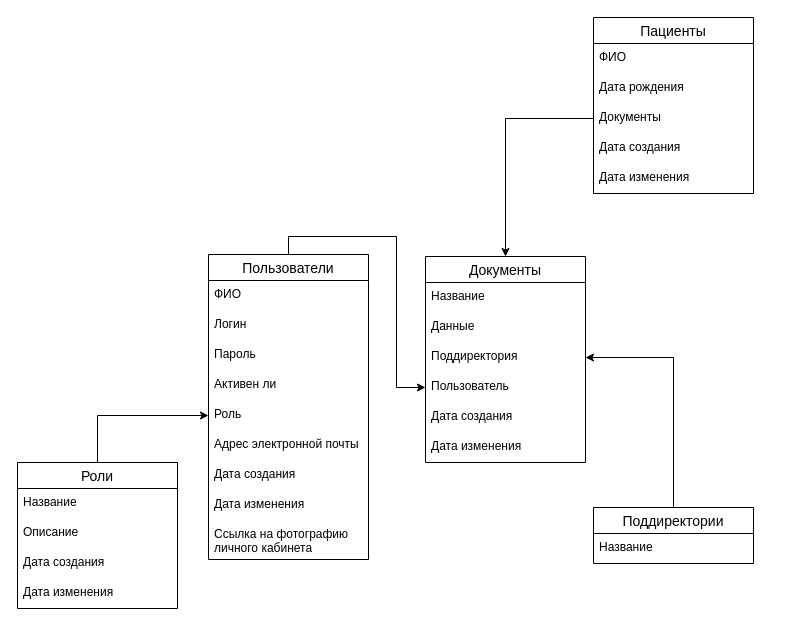
Earlier version of the draw.io diagram drawio/logical_scheme.drawio (slsforme/prirodaRazumaSoftwareSystem). Source tidied: cells renumbered, new cells numbered last; positions are measured from the earlier drawing's top-left corner, leaving out a move shared by most shapes. Both pictures are drawn from the tidied source at 100%, with x=0, y=0 at pixel (17, 17).
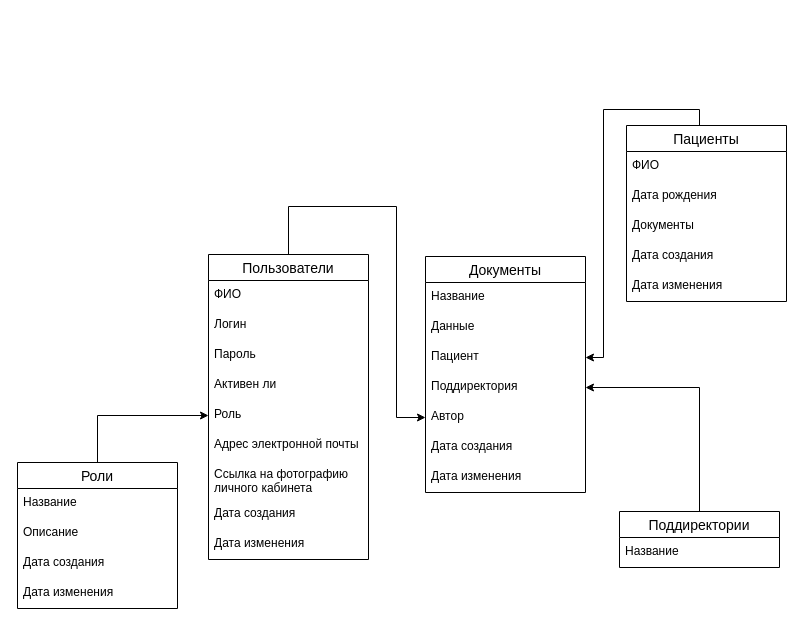
Above is the later version.

Commit message:
Изменена логическая схема в соответствии с физической схемой

Unchanged cells that the change refers to:
```xml
<mxCell id="3" value="Пользователи" style="swimlane;fontStyle=0;horizontal=1;startSize=26;align=center;fontSize=14;" parent="1" vertex="1">
  <mxGeometry x="191" y="237" width="160" height="305" as="geometry" />
</mxCell>
<mxCell id="22" value="Документы" style="text;strokeColor=none;fillColor=none;spacingLeft=4;spacingRight=4;overflow=hidden;points=[[0,0.5],[1,0.5]];portConstraint=eastwest;fontSize=12;whiteSpace=wrap;html=1;" parent="19" vertex="1">
  <mxGeometry y="86" width="160" height="30" as="geometry" />
</mxCell>
```

Diff of the diagram source:
```diff
@@
-    <mxCell id="2" style="edgeStyle=orthogonalEdgeStyle;rounded=0;jettySize=auto;html=1;" parent="1" edge="1" source="3" target="29">
+    <mxCell id="2" style="edgeStyle=orthogonalEdgeStyle;rounded=0;jettySize=auto;html=1;entryX=0;entryY=0.5;entryDx=0;entryDy=0;" parent="1" edge="1" source="3" target="29">
       <mxGeometry relative="1" as="geometry">
         <Array as="points">
-          <mxPoint x="271" y="219" />
-          <mxPoint x="379" y="219" />
-          <mxPoint x="379" y="370" />
+          <mxPoint x="271" y="189" />
+          <mxPoint x="379" y="189" />
+          <mxPoint x="379" y="400" />
         </Array>
       </mxGeometry>
     </mxCell>
@@
+    <mxCell id="12" value="Ссылка на фотографию личного кабинета" style="text;strokeColor=none;fillColor=none;spacingLeft=4;spacingRight=4;overflow=hidden;fontSize=12;whiteSpace=wrap;html=1;" parent="3" vertex="1">
+      <mxGeometry y="206" width="160" height="39" as="geometry" />
+    </mxCell>
     <mxCell id="10" value="Дата создания" style="text;strokeColor=none;fillColor=none;spacingLeft=4;spacingRight=4;overflow=hidden;fontSize=12;whiteSpace=wrap;html=1;" parent="3" vertex="1">
-      <mxGeometry y="206" width="160" height="30" as="geometry" />
+      <mxGeometry y="245" width="160" height="30" as="geometry" />
     </mxCell>
     <mxCell id="11" value="Дата изменения" style="text;strokeColor=none;fillColor=none;spacingLeft=4;spacingRight=4;overflow=hidden;fontSize=12;whiteSpace=wrap;html=1;" parent="3" vertex="1">
-      <mxGeometry y="236" width="160" height="30" as="geometry" />
+      <mxGeometry y="275" width="160" height="30" as="geometry" />
     </mxCell>
-    <mxCell id="12" value="Ссылка на фотографию личного кабинета" style="text;strokeColor=none;fillColor=none;spacingLeft=4;spacingRight=4;overflow=hidden;fontSize=12;whiteSpace=wrap;html=1;" parent="3" vertex="1">
-      <mxGeometry y="266" width="160" height="39" as="geometry" />
-    </mxCell>
@@
+    <mxCell id="36" style="edgeStyle=orthogonalEdgeStyle;rounded=0;jettySize=auto;html=1;entryX=1;entryY=0.5;entryDx=0;entryDy=0;" parent="1" edge="1" source="19" target="37">
+      <mxGeometry relative="1" as="geometry">
+        <Array as="points">
+          <mxPoint x="682" y="92" />
+          <mxPoint x="586" y="92" />
+          <mxPoint x="586" y="340" />
+        </Array>
+      </mxGeometry>
+    </mxCell>
     <mxCell id="19" value="Пациенты" style="swimlane;fontStyle=0;horizontal=1;startSize=26;align=center;fontSize=14;" parent="1" vertex="1">
-      <mxGeometry x="576" width="160" height="176" as="geometry" />
+      <mxGeometry x="609" y="108" width="160" height="176" as="geometry" />
     </mxCell>
@@
     <mxCell id="25" value="Документы" style="swimlane;fontStyle=0;horizontal=1;startSize=26;align=center;fontSize=14;" parent="1" vertex="1">
-      <mxGeometry x="408" y="239" width="160" height="206" as="geometry" />
+      <mxGeometry x="408" y="239" width="160" height="236" as="geometry" />
     </mxCell>
@@
+    <mxCell id="37" value="Пациент" style="text;strokeColor=none;fillColor=none;spacingLeft=4;spacingRight=4;overflow=hidden;points=[[0,0.5],[1,0.5]];portConstraint=eastwest;fontSize=12;whiteSpace=wrap;html=1;" parent="25" vertex="1">
+      <mxGeometry y="86" width="160" height="30" as="geometry" />
+    </mxCell>
     <mxCell id="28" value="Поддиректория" style="text;strokeColor=none;fillColor=none;spacingLeft=4;spacingRight=4;overflow=hidden;points=[[0,0.5],[1,0.5]];portConstraint=eastwest;fontSize=12;whiteSpace=wrap;html=1;" parent="25" vertex="1">
-      <mxGeometry y="86" width="160" height="30" as="geometry" />
+      <mxGeometry y="116" width="160" height="30" as="geometry" />
     </mxCell>
-    <mxCell id="29" value="Пользователь" style="text;strokeColor=none;fillColor=none;spacingLeft=4;spacingRight=4;overflow=hidden;points=[[0,0.5],[1,0.5]];portConstraint=eastwest;fontSize=12;whiteSpace=wrap;html=1;" parent="25" vertex="1">
-      <mxGeometry y="116" width="160" height="30" as="geometry" />
+    <mxCell id="29" value="Автор" style="text;strokeColor=none;fillColor=none;spacingLeft=4;spacingRight=4;overflow=hidden;points=[[0,0.5],[1,0.5]];portConstraint=eastwest;fontSize=12;whiteSpace=wrap;html=1;" parent="25" vertex="1">
+      <mxGeometry y="146" width="160" height="30" as="geometry" />
     </mxCell>
     <mxCell id="30" value="Дата создания" style="text;strokeColor=none;fillColor=none;spacingLeft=4;spacingRight=4;overflow=hidden;fontSize=12;whiteSpace=wrap;html=1;" parent="25" vertex="1">
-      <mxGeometry y="146" width="160" height="30" as="geometry" />
+      <mxGeometry y="176" width="160" height="30" as="geometry" />
     </mxCell>
     <mxCell id="31" value="Дата изменения" style="text;strokeColor=none;fillColor=none;spacingLeft=4;spacingRight=4;overflow=hidden;fontSize=12;whiteSpace=wrap;html=1;" parent="25" vertex="1">
-      <mxGeometry y="176" width="160" height="30" as="geometry" />
+      <mxGeometry y="206" width="160" height="30" as="geometry" />
     </mxCell>
@@
     <mxCell id="33" value="Поддиректории" style="swimlane;fontStyle=0;horizontal=1;startSize=26;align=center;fontSize=14;" parent="1" vertex="1">
-      <mxGeometry x="576" y="490" width="160" height="56" as="geometry" />
+      <mxGeometry x="602" y="494" width="160" height="56" as="geometry" />
     </mxCell>
@@
-    <mxCell id="35" style="edgeStyle=orthogonalEdgeStyle;rounded=0;jettySize=auto;html=1;entryX=0.5;entryY=0;entryDx=0;entryDy=0;" parent="1" edge="1" source="22" target="25">
-      <mxGeometry relative="1" as="geometry" />
-    </mxCell>
```
